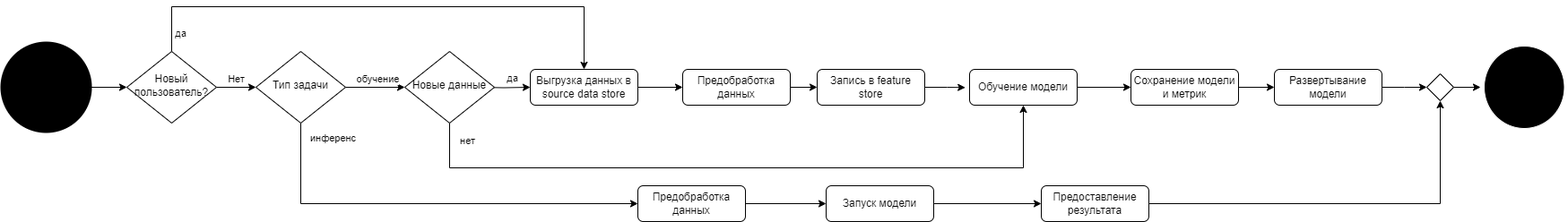
va1korion/movie-recomender keeps this draw.io diagram as imgs/processes.drawio.png. Above is the earlier version. Source tidied: cells renumbered, new cells last; positions are measured from the earlier drawing's top-left corner, leaving out a move shared by most shapes. The source it was exported from:
```xml
<mxGraphModel>
  <root>
    <mxCell id="0" />
    <mxCell id="1" parent="0" />
    <mxCell id="2" value="Нет" style="edgeStyle=orthogonalEdgeStyle;rounded=0;jettySize=auto;html=1;entryX=0;entryY=0.5;entryDx=0;entryDy=0;verticalAlign=bottom;" parent="1" edge="1" source="4" target="9">
      <mxGeometry relative="1" as="geometry" />
    </mxCell>
    <mxCell id="3" value="да" style="edgeStyle=orthogonalEdgeStyle;rounded=0;jettySize=auto;html=1;" parent="1" edge="1" source="4" target="6">
      <mxGeometry x="-0.93" y="-10" relative="1" as="geometry">
        <Array as="points">
          <mxPoint x="190" />
          <mxPoint x="650" />
        </Array>
      </mxGeometry>
    </mxCell>
    <mxCell id="4" value="Новый пользователь?" style="rhombus;whiteSpace=wrap;html=1;shadow=0;fontFamily=Helvetica;fontSize=12;align=center;strokeWidth=1;spacing=6;spacingTop=-4;" parent="1" vertex="1">
      <mxGeometry x="140" y="50" width="100" height="80" as="geometry" />
    </mxCell>
    <mxCell id="5" style="edgeStyle=orthogonalEdgeStyle;rounded=0;jettySize=auto;html=1;exitX=1;exitY=0.5;exitDx=0;exitDy=0;entryX=0;entryY=0.5;entryDx=0;entryDy=0;" parent="1" edge="1" source="6" target="17">
      <mxGeometry relative="1" as="geometry" />
    </mxCell>
    <mxCell id="6" value="Выгрузка данных в source data store" style="rounded=1;whiteSpace=wrap;html=1;fontSize=12;glass=0;strokeWidth=1;shadow=0;" parent="1" vertex="1">
      <mxGeometry x="590" y="70" width="120" height="40" as="geometry" />
    </mxCell>
    <mxCell id="7" value="обучение" style="edgeStyle=orthogonalEdgeStyle;rounded=0;jettySize=auto;html=1;entryX=0;entryY=0.5;entryDx=0;entryDy=0;verticalAlign=bottom;" parent="1" edge="1" source="9" target="21">
      <mxGeometry x="0.09" relative="1" as="geometry" />
    </mxCell>
    <mxCell id="8" value="инференс" style="edgeStyle=orthogonalEdgeStyle;rounded=0;jettySize=auto;html=1;" parent="1" edge="1" source="9">
      <mxGeometry x="-0.93" y="36" relative="1" as="geometry">
        <mxPoint x="710" y="220" as="targetPoint" />
        <Array as="points">
          <mxPoint x="334" y="220" />
        </Array>
      </mxGeometry>
    </mxCell>
    <mxCell id="9" value="Тип задачи" style="rhombus;whiteSpace=wrap;html=1;shadow=0;fontFamily=Helvetica;fontSize=12;align=center;strokeWidth=1;spacing=6;spacingTop=-4;" parent="1" vertex="1">
      <mxGeometry x="284" y="50" width="100" height="80" as="geometry" />
    </mxCell>
    <mxCell id="10" style="edgeStyle=orthogonalEdgeStyle;rounded=0;jettySize=auto;html=1;" parent="1" edge="1" source="11" target="29">
      <mxGeometry relative="1" as="geometry" />
    </mxCell>
    <mxCell id="11" value="Предобработка данных" style="rounded=1;whiteSpace=wrap;html=1;fontSize=12;glass=0;strokeWidth=1;shadow=0;" parent="1" vertex="1">
      <mxGeometry x="710" y="200" width="120" height="40" as="geometry" />
    </mxCell>
    <mxCell id="12" style="edgeStyle=orthogonalEdgeStyle;rounded=0;jettySize=auto;html=1;entryX=0;entryY=0.5;entryDx=0;entryDy=0;" parent="1" edge="1" source="13" target="4">
      <mxGeometry relative="1" as="geometry" />
    </mxCell>
    <mxCell id="13" style="strokeWidth=2;html=1;shape=mxgraph.flowchart.start_2;whiteSpace=wrap;fillColor=#000000;" parent="1" vertex="1">
      <mxGeometry y="40" width="100" height="100" as="geometry" />
    </mxCell>
    <mxCell id="14" value="да" style="edgeStyle=orthogonalEdgeStyle;rounded=0;jettySize=auto;html=1;exitX=1;exitY=0.5;exitDx=0;exitDy=0;entryX=0;entryY=0.5;entryDx=0;entryDy=0;" parent="1" edge="1" target="6">
      <mxGeometry x="0.34" y="10" relative="1" as="geometry">
        <mxPoint x="530" y="90" as="sourcePoint" />
      </mxGeometry>
    </mxCell>
    <mxCell id="15" style="ellipse;html=1;shape=endState;fillColor=#000000;strokeColor=#FFFFFF;" parent="1" vertex="1">
      <mxGeometry x="1650" y="40" width="97.5" height="100" as="geometry" />
    </mxCell>
    <mxCell id="16" style="edgeStyle=orthogonalEdgeStyle;rounded=0;jettySize=auto;html=1;entryX=0;entryY=0.5;entryDx=0;entryDy=0;" parent="1" edge="1" source="17" target="19">
      <mxGeometry relative="1" as="geometry" />
    </mxCell>
    <mxCell id="17" value="Предобработка данных" style="rounded=1;whiteSpace=wrap;html=1;fontSize=12;glass=0;strokeWidth=1;shadow=0;" parent="1" vertex="1">
      <mxGeometry x="760" y="70" width="120" height="40" as="geometry" />
    </mxCell>
    <mxCell id="18" style="edgeStyle=orthogonalEdgeStyle;rounded=0;jettySize=auto;html=1;entryX=-0.04;entryY=0.507;entryDx=0;entryDy=0;entryPerimeter=0;" parent="1" edge="1" source="19" target="23">
      <mxGeometry relative="1" as="geometry" />
    </mxCell>
    <mxCell id="19" value="Запись в feature store" style="rounded=1;whiteSpace=wrap;html=1;fontSize=12;glass=0;strokeWidth=1;shadow=0;" parent="1" vertex="1">
      <mxGeometry x="910" y="70" width="120" height="40" as="geometry" />
    </mxCell>
    <mxCell id="20" value="нет" style="edgeStyle=orthogonalEdgeStyle;rounded=0;jettySize=auto;html=1;entryX=0.5;entryY=1;entryDx=0;entryDy=0;exitX=0.5;exitY=1;exitDx=0;exitDy=0;" parent="1" edge="1" source="21" target="23">
      <mxGeometry x="-0.95" y="20" relative="1" as="geometry">
        <Array as="points">
          <mxPoint x="500" y="180" />
          <mxPoint x="1140" y="180" />
        </Array>
      </mxGeometry>
    </mxCell>
    <mxCell id="21" value="Новые данные" style="rhombus;whiteSpace=wrap;html=1;shadow=0;fontFamily=Helvetica;fontSize=12;align=center;strokeWidth=1;spacing=6;spacingTop=-4;" parent="1" vertex="1">
      <mxGeometry x="450" y="50" width="100" height="80" as="geometry" />
    </mxCell>
    <mxCell id="22" style="edgeStyle=orthogonalEdgeStyle;rounded=0;jettySize=auto;html=1;entryX=0;entryY=0.5;entryDx=0;entryDy=0;" parent="1" edge="1" source="23" target="25">
      <mxGeometry relative="1" as="geometry" />
    </mxCell>
    <mxCell id="23" value="Обучение модели" style="rounded=1;whiteSpace=wrap;html=1;fontSize=12;glass=0;strokeWidth=1;shadow=0;" parent="1" vertex="1">
      <mxGeometry x="1080" y="70" width="120" height="40" as="geometry" />
    </mxCell>
    <mxCell id="24" style="edgeStyle=orthogonalEdgeStyle;rounded=0;jettySize=auto;html=1;" parent="1" edge="1" source="25" target="27">
      <mxGeometry relative="1" as="geometry" />
    </mxCell>
    <mxCell id="25" value="Сохранение модели&lt;br&gt;и метрик" style="rounded=1;whiteSpace=wrap;html=1;fontSize=12;glass=0;strokeWidth=1;shadow=0;" parent="1" vertex="1">
      <mxGeometry x="1260" y="70" width="120" height="40" as="geometry" />
    </mxCell>
    <mxCell id="26" style="edgeStyle=orthogonalEdgeStyle;rounded=0;jettySize=auto;html=1;" parent="1" edge="1" source="27">
      <mxGeometry relative="1" as="geometry">
        <mxPoint x="1590" y="90" as="targetPoint" />
      </mxGeometry>
    </mxCell>
    <mxCell id="27" value="Развертывание модели" style="rounded=1;whiteSpace=wrap;html=1;fontSize=12;glass=0;strokeWidth=1;shadow=0;" parent="1" vertex="1">
      <mxGeometry x="1420" y="70" width="120" height="40" as="geometry" />
    </mxCell>
    <mxCell id="28" style="edgeStyle=orthogonalEdgeStyle;rounded=0;jettySize=auto;html=1;" parent="1" edge="1" source="29" target="31">
      <mxGeometry relative="1" as="geometry" />
    </mxCell>
    <mxCell id="29" value="Запуск модели" style="rounded=1;whiteSpace=wrap;html=1;fontSize=12;glass=0;strokeWidth=1;shadow=0;" parent="1" vertex="1">
      <mxGeometry x="920" y="200" width="120" height="40" as="geometry" />
    </mxCell>
    <mxCell id="30" style="edgeStyle=orthogonalEdgeStyle;rounded=0;jettySize=auto;html=1;exitX=1;exitY=0.5;exitDx=0;exitDy=0;" parent="1" edge="1" source="31" target="33">
      <mxGeometry relative="1" as="geometry">
        <Array as="points">
          <mxPoint x="1605" y="220" />
        </Array>
      </mxGeometry>
    </mxCell>
    <mxCell id="31" value="Предоставление результата" style="rounded=1;whiteSpace=wrap;html=1;fontSize=12;glass=0;strokeWidth=1;shadow=0;" parent="1" vertex="1">
      <mxGeometry x="1160" y="200" width="120" height="40" as="geometry" />
    </mxCell>
    <mxCell id="32" style="edgeStyle=orthogonalEdgeStyle;rounded=0;jettySize=auto;html=1;entryX=0;entryY=0.5;entryDx=0;entryDy=0;" parent="1" edge="1" source="33" target="15">
      <mxGeometry relative="1" as="geometry" />
    </mxCell>
    <mxCell id="33" style="rhombus;" parent="1" vertex="1">
      <mxGeometry x="1590" y="75" width="30" height="30" as="geometry" />
    </mxCell>
  </root>
</mxGraphModel>
```
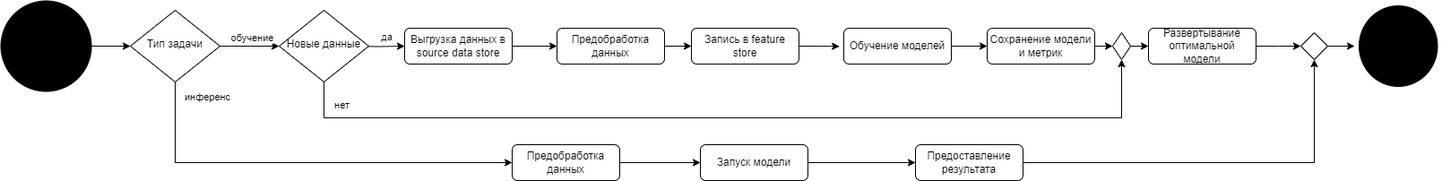
Above is the later version.

The edit, as a diff of the source:
```diff
@@ -2,20 +2,6 @@
   <root>
     <mxCell id="0" />
     <mxCell id="1" parent="0" />
-    <mxCell id="2" value="Нет" style="edgeStyle=orthogonalEdgeStyle;rounded=0;jettySize=auto;html=1;entryX=0;entryY=0.5;entryDx=0;entryDy=0;verticalAlign=bottom;" parent="1" edge="1" source="4" target="9">
-      <mxGeometry relative="1" as="geometry" />
-    </mxCell>
-    <mxCell id="3" value="да" style="edgeStyle=orthogonalEdgeStyle;rounded=0;jettySize=auto;html=1;" parent="1" edge="1" source="4" target="6">
-      <mxGeometry x="-0.93" y="-10" relative="1" as="geometry">
-        <Array as="points">
-          <mxPoint x="190" />
-          <mxPoint x="650" />
-        </Array>
-      </mxGeometry>
-    </mxCell>
-    <mxCell id="4" value="Новый пользователь?" style="rhombus;whiteSpace=wrap;html=1;shadow=0;fontFamily=Helvetica;fontSize=12;align=center;strokeWidth=1;spacing=6;spacingTop=-4;" parent="1" vertex="1">
-      <mxGeometry x="140" y="50" width="100" height="80" as="geometry" />
-    </mxCell>
     <mxCell id="5" style="edgeStyle=orthogonalEdgeStyle;rounded=0;jettySize=auto;html=1;exitX=1;exitY=0.5;exitDx=0;exitDy=0;entryX=0;entryY=0.5;entryDx=0;entryDy=0;" parent="1" edge="1" source="6" target="17">
       <mxGeometry relative="1" as="geometry" />
     </mxCell>
@@ -42,11 +28,11 @@
     <mxCell id="11" value="Предобработка данных" style="rounded=1;whiteSpace=wrap;html=1;fontSize=12;glass=0;strokeWidth=1;shadow=0;" parent="1" vertex="1">
       <mxGeometry x="710" y="200" width="120" height="40" as="geometry" />
     </mxCell>
-    <mxCell id="12" style="edgeStyle=orthogonalEdgeStyle;rounded=0;jettySize=auto;html=1;entryX=0;entryY=0.5;entryDx=0;entryDy=0;" parent="1" edge="1" source="13" target="4">
+    <mxCell id="12" style="edgeStyle=orthogonalEdgeStyle;rounded=0;jettySize=auto;html=1;entryX=0;entryY=0.5;entryDx=0;entryDy=0;" parent="1" edge="1" source="13" target="9">
       <mxGeometry relative="1" as="geometry" />
     </mxCell>
     <mxCell id="13" style="strokeWidth=2;html=1;shape=mxgraph.flowchart.start_2;whiteSpace=wrap;fillColor=#000000;" parent="1" vertex="1">
-      <mxGeometry y="40" width="100" height="100" as="geometry" />
+      <mxGeometry x="140" y="40" width="100" height="100" as="geometry" />
     </mxCell>
     <mxCell id="14" value="да" style="edgeStyle=orthogonalEdgeStyle;rounded=0;jettySize=auto;html=1;exitX=1;exitY=0.5;exitDx=0;exitDy=0;entryX=0;entryY=0.5;entryDx=0;entryDy=0;" parent="1" edge="1" target="6">
       <mxGeometry x="0.34" y="10" relative="1" as="geometry">
@@ -68,11 +54,11 @@
     <mxCell id="19" value="Запись в feature store" style="rounded=1;whiteSpace=wrap;html=1;fontSize=12;glass=0;strokeWidth=1;shadow=0;" parent="1" vertex="1">
       <mxGeometry x="910" y="70" width="120" height="40" as="geometry" />
     </mxCell>
-    <mxCell id="20" value="нет" style="edgeStyle=orthogonalEdgeStyle;rounded=0;jettySize=auto;html=1;entryX=0.5;entryY=1;entryDx=0;entryDy=0;exitX=0.5;exitY=1;exitDx=0;exitDy=0;" parent="1" edge="1" source="21" target="23">
+    <mxCell id="20" value="нет" style="edgeStyle=orthogonalEdgeStyle;rounded=0;jettySize=auto;html=1;exitX=0.5;exitY=1;exitDx=0;exitDy=0;entryX=0.5;entryY=1;entryDx=0;entryDy=0;" parent="1" edge="1" source="21" target="36">
       <mxGeometry x="-0.95" y="20" relative="1" as="geometry">
         <Array as="points">
-          <mxPoint x="500" y="180" />
-          <mxPoint x="1140" y="180" />
+          <mxPoint x="500" y="170" />
+          <mxPoint x="1390" y="170" />
         </Array>
       </mxGeometry>
     </mxCell>
@@ -82,21 +68,21 @@
     <mxCell id="22" style="edgeStyle=orthogonalEdgeStyle;rounded=0;jettySize=auto;html=1;entryX=0;entryY=0.5;entryDx=0;entryDy=0;" parent="1" edge="1" source="23" target="25">
       <mxGeometry relative="1" as="geometry" />
     </mxCell>
-    <mxCell id="23" value="Обучение модели" style="rounded=1;whiteSpace=wrap;html=1;fontSize=12;glass=0;strokeWidth=1;shadow=0;" parent="1" vertex="1">
+    <mxCell id="23" value="Обучение моделей" style="rounded=1;whiteSpace=wrap;html=1;fontSize=12;glass=0;strokeWidth=1;shadow=0;" parent="1" vertex="1">
       <mxGeometry x="1080" y="70" width="120" height="40" as="geometry" />
     </mxCell>
-    <mxCell id="24" style="edgeStyle=orthogonalEdgeStyle;rounded=0;jettySize=auto;html=1;" parent="1" edge="1" source="25" target="27">
-      <mxGeometry relative="1" as="geometry" />
-    </mxCell>
+    <mxCell id="34" style="edgeStyle=orthogonalEdgeStyle;rounded=0;jettySize=auto;html=1;exitX=1;exitY=0.5;exitDx=0;exitDy=0;entryX=0;entryY=0.5;entryDx=0;entryDy=0;" parent="1" edge="1" source="25" target="36">
+      <mxGeometry relative="1" as="geometry" />
+    </mxCell>
     <mxCell id="25" value="Сохранение модели&lt;br&gt;и метрик" style="rounded=1;whiteSpace=wrap;html=1;fontSize=12;glass=0;strokeWidth=1;shadow=0;" parent="1" vertex="1">
-      <mxGeometry x="1260" y="70" width="120" height="40" as="geometry" />
+      <mxGeometry x="1240" y="70" width="120" height="40" as="geometry" />
     </mxCell>
     <mxCell id="26" style="edgeStyle=orthogonalEdgeStyle;rounded=0;jettySize=auto;html=1;" parent="1" edge="1" source="27">
       <mxGeometry relative="1" as="geometry">
         <mxPoint x="1590" y="90" as="targetPoint" />
       </mxGeometry>
     </mxCell>
-    <mxCell id="27" value="Развертывание модели" style="rounded=1;whiteSpace=wrap;html=1;fontSize=12;glass=0;strokeWidth=1;shadow=0;" parent="1" vertex="1">
+    <mxCell id="27" value="Развертывание оптимальной модели" style="rounded=1;whiteSpace=wrap;html=1;fontSize=12;glass=0;strokeWidth=1;shadow=0;" parent="1" vertex="1">
       <mxGeometry x="1420" y="70" width="120" height="40" as="geometry" />
     </mxCell>
     <mxCell id="28" style="edgeStyle=orthogonalEdgeStyle;rounded=0;jettySize=auto;html=1;" parent="1" edge="1" source="29" target="31">
@@ -121,5 +107,11 @@
     <mxCell id="33" style="rhombus;" parent="1" vertex="1">
       <mxGeometry x="1590" y="75" width="30" height="30" as="geometry" />
     </mxCell>
+    <mxCell id="35" style="edgeStyle=orthogonalEdgeStyle;rounded=0;jettySize=auto;html=1;exitX=1;exitY=0.5;exitDx=0;exitDy=0;entryX=0;entryY=0.5;entryDx=0;entryDy=0;" parent="1" edge="1" source="36" target="27">
+      <mxGeometry relative="1" as="geometry" />
+    </mxCell>
+    <mxCell id="36" style="rhombus;" parent="1" vertex="1">
+      <mxGeometry x="1380" y="75" width="20" height="30" as="geometry" />
+    </mxCell>
   </root>
 </mxGraphModel>
```
